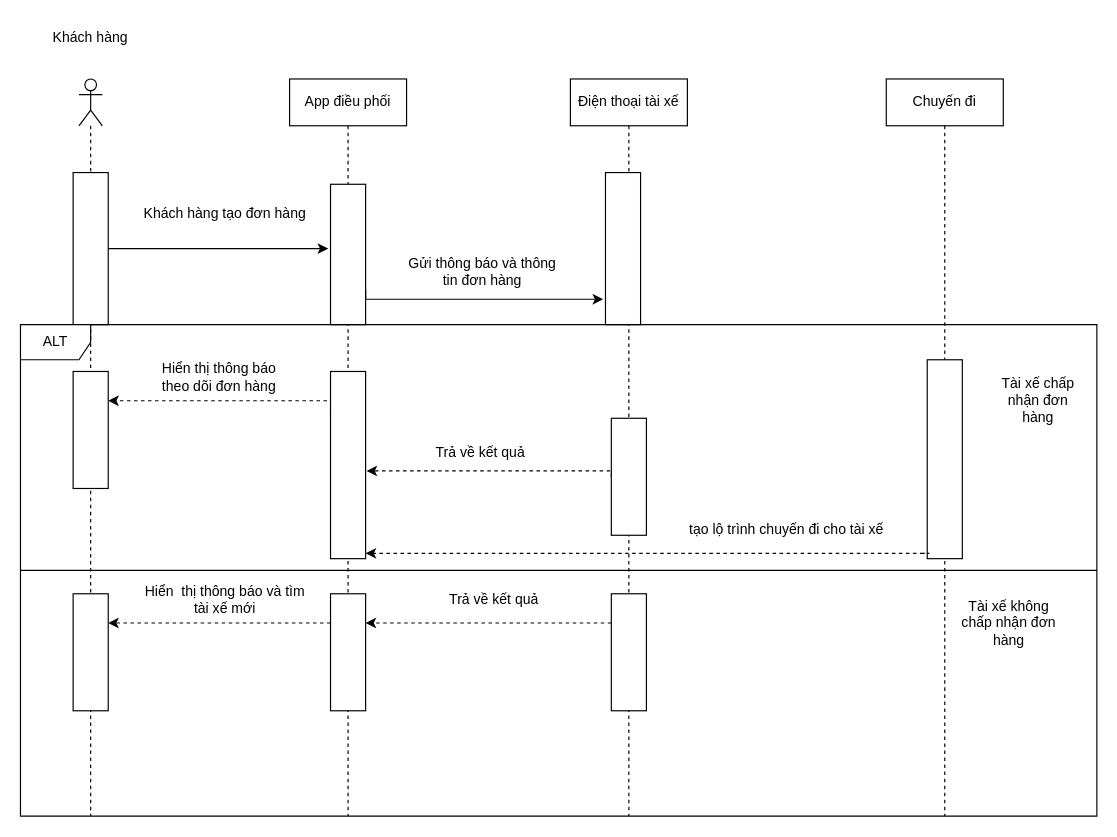
The draw.io diagram BTTH3SS10.drawio in HungNguyen254/HNKS25CNTT1_IT105_Session10_BTTH3, before the edit. Source tidied: cells renumbered, new cells numbered last; positions are measured from the earlier drawing's top-left corner, leaving out a move shared by most shapes. Both pictures are drawn from the tidied source at 117%, with x=0, y=0 at pixel (14, 20).
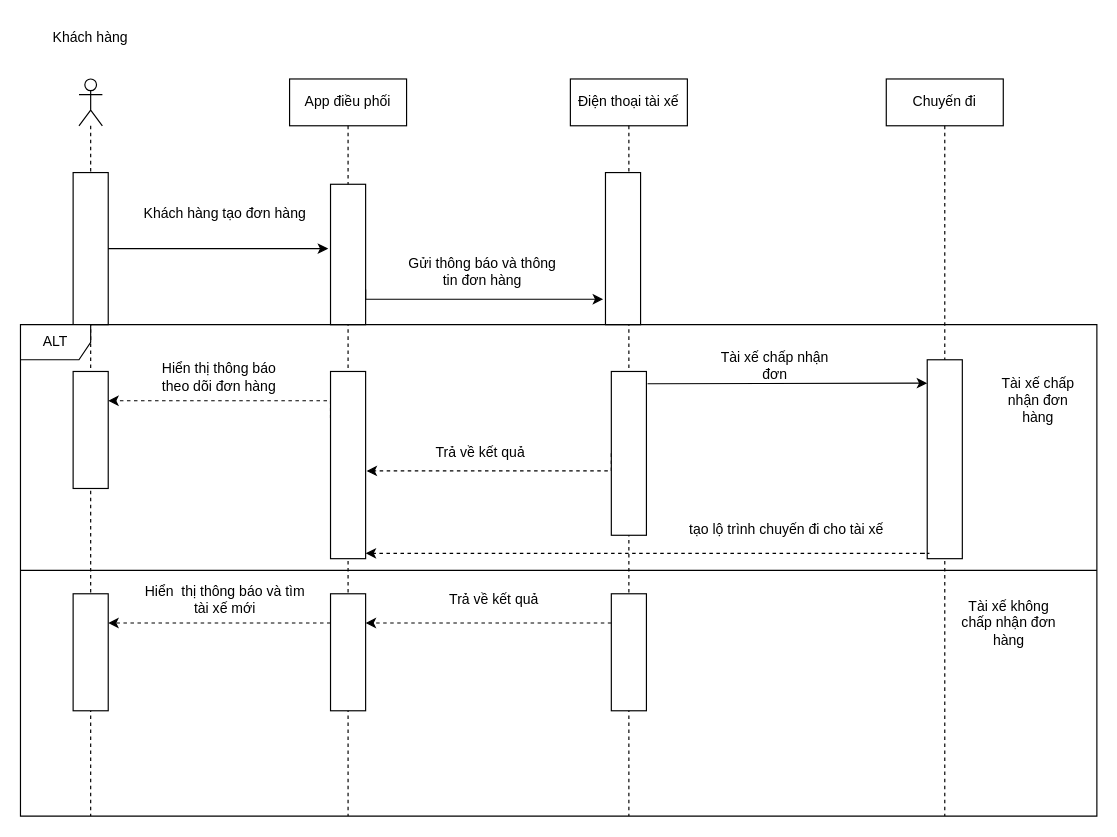
The same diagram, later.

The edit, as a diff of the source:
```diff
@@
     <mxCell id="15" style="whiteSpace=wrap;html=1;rotation=90;" parent="1" vertex="1">
-      <mxGeometry x="475" y="375" width="100" height="30" as="geometry" />
+      <mxGeometry x="455" y="355" width="140" height="30" as="geometry" />
     </mxCell>
@@
+    <mxCell id="35" style="edgeStyle=orthogonalEdgeStyle;rounded=0;jettySize=auto;html=1;exitX=0.075;exitY=-0.032;exitDx=0;exitDy=0;exitPerimeter=0;" parent="1" edge="1" source="15">
+      <mxGeometry relative="1" as="geometry">
+        <mxPoint x="780" y="310" as="targetPoint" />
+        <Array as="points">
+          <mxPoint x="545" y="310.5" />
+        </Array>
+      </mxGeometry>
+    </mxCell>
+    <mxCell id="36" value="Tài xế chấp nhận đơn" style="text;html=1;whiteSpace=wrap;strokeColor=none;fillColor=none;align=center;verticalAlign=middle;rounded=0;" parent="1" vertex="1">
+      <mxGeometry x="595" y="280" width="110" height="30" as="geometry" />
+    </mxCell>
```
